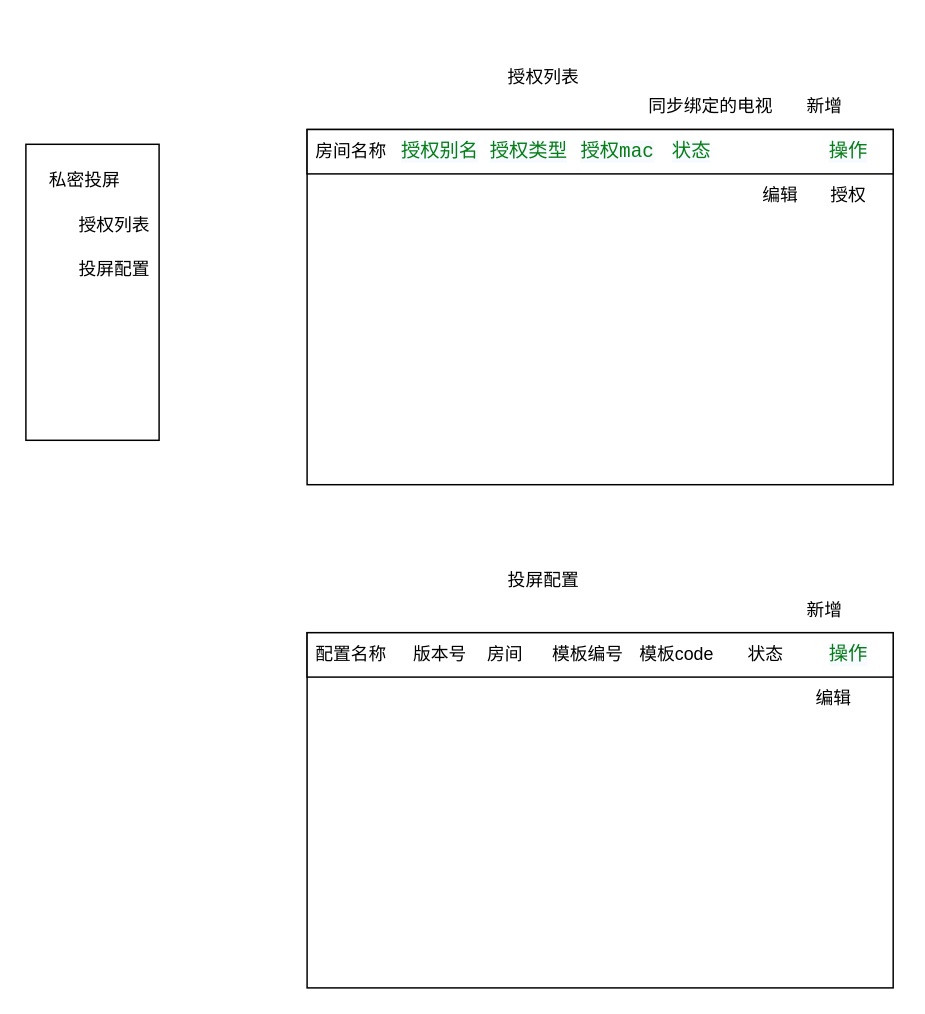
Earlier version of the draw.io diagram xzzh/海豚星空投屏后台.drawio (daniel-7d/draw). Source tidied: cells renumbered, new cells numbered last; positions are measured from the earlier drawing's top-left corner, leaving out a move shared by most shapes. Both pictures are drawn from the tidied source at 148%, with x=0, y=0 at pixel (25, 55).
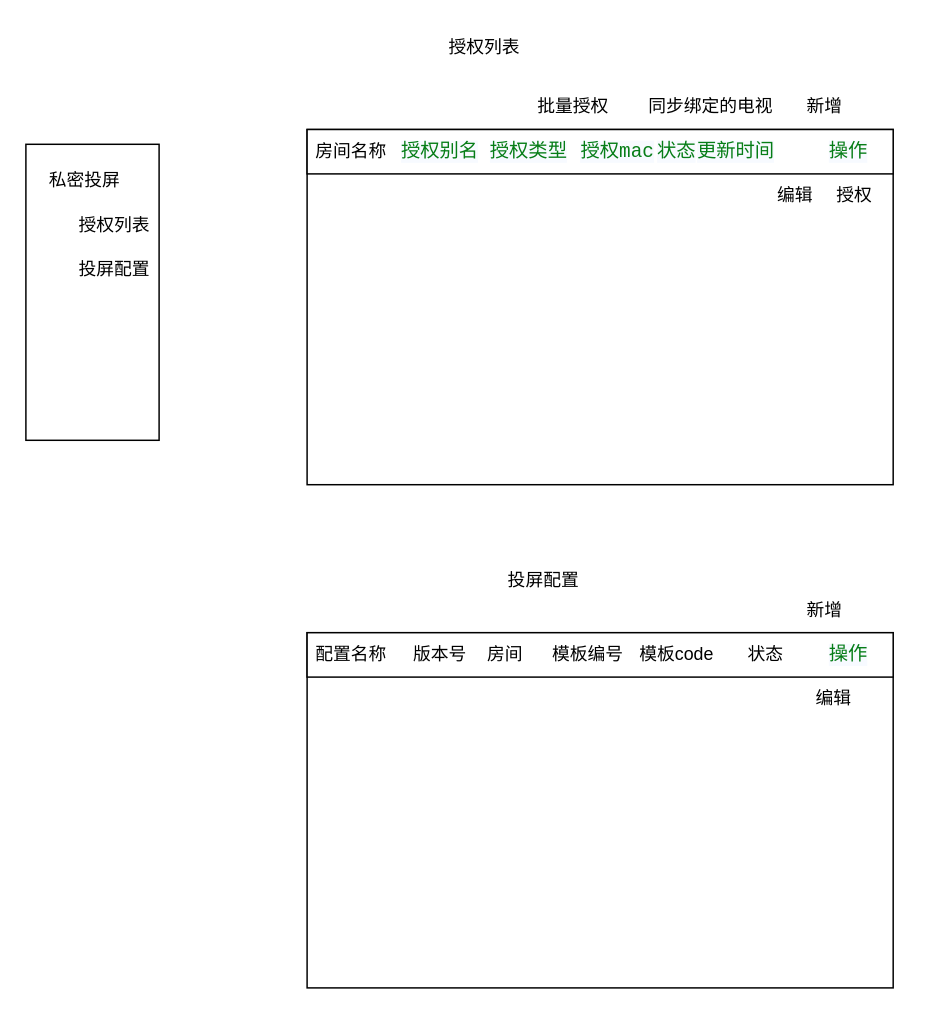
After the change.

Commit message:
更新海豚星空投屏后台.drawio

What changed in the source:
```diff
@@
     <mxCell id="7" value="授权列表" style="text;html=1;align=center;verticalAlign=middle;whiteSpace=wrap;rounded=0;" parent="1" vertex="1">
-      <mxGeometry x="320" width="60" height="30" as="geometry" />
+      <mxGeometry x="280" y="-20" width="60" height="30" as="geometry" />
     </mxCell>
@@
     <mxCell id="13" value="&lt;pre style=&quot;font-family: 宋体, monospace; font-size: 9.8pt; background-color: rgb(255, 255, 255); color: rgb(8, 8, 8);&quot;&gt;&lt;pre style=&quot;font-family: 宋体, monospace; font-size: 9.8pt;&quot;&gt;&lt;font color=&quot;#067d17&quot;&gt;&lt;span style=&quot;background-color: rgb(247, 250, 255);&quot;&gt;状态&lt;/span&gt;&lt;/font&gt;&lt;/pre&gt;&lt;/pre&gt;" style="text;html=1;align=center;verticalAlign=middle;whiteSpace=wrap;rounded=0;" parent="1" vertex="1">
-      <mxGeometry x="420" y="50" width="60" height="30" as="geometry" />
+      <mxGeometry x="410" y="50" width="60" height="30" as="geometry" />
     </mxCell>
@@
-    <mxCell id="17" value="授权" style="text;html=1;align=center;verticalAlign=middle;whiteSpace=wrap;rounded=0;" parent="1" vertex="1">
-      <mxGeometry x="526" y="80" width="60" height="30" as="geometry" />
-    </mxCell>
     <mxCell id="18" value="编辑" style="text;html=1;align=center;verticalAlign=middle;whiteSpace=wrap;rounded=0;" parent="1" vertex="1">
-      <mxGeometry x="480" y="80" width="60" height="30" as="geometry" />
+      <mxGeometry x="490" y="80" width="60" height="30" as="geometry" />
     </mxCell>
@@
+    <mxCell id="31" value="批量授权" style="text;html=1;align=center;verticalAlign=middle;whiteSpace=wrap;rounded=0;" parent="1" vertex="1">
+      <mxGeometry x="340" y="20" width="60" height="30" as="geometry" />
+    </mxCell>
+    <mxCell id="32" value="&lt;pre style=&quot;font-family: 宋体, monospace; font-size: 9.8pt; background-color: rgb(255, 255, 255); color: rgb(8, 8, 8);&quot;&gt;&lt;pre style=&quot;font-family: 宋体, monospace; font-size: 9.8pt;&quot;&gt;&lt;font color=&quot;#067d17&quot;&gt;&lt;span style=&quot;background-color: rgb(247, 250, 255);&quot;&gt;更新时间&lt;/span&gt;&lt;/font&gt;&lt;/pre&gt;&lt;/pre&gt;" style="text;html=1;align=center;verticalAlign=middle;whiteSpace=wrap;rounded=0;" parent="1" vertex="1">
+      <mxGeometry x="450" y="50" width="60" height="30" as="geometry" />
+    </mxCell>
+    <mxCell id="17" value="授权" style="text;html=1;align=center;verticalAlign=middle;whiteSpace=wrap;rounded=0;" parent="1" vertex="1">
+      <mxGeometry x="530" y="80" width="60" height="30" as="geometry" />
+    </mxCell>
```
